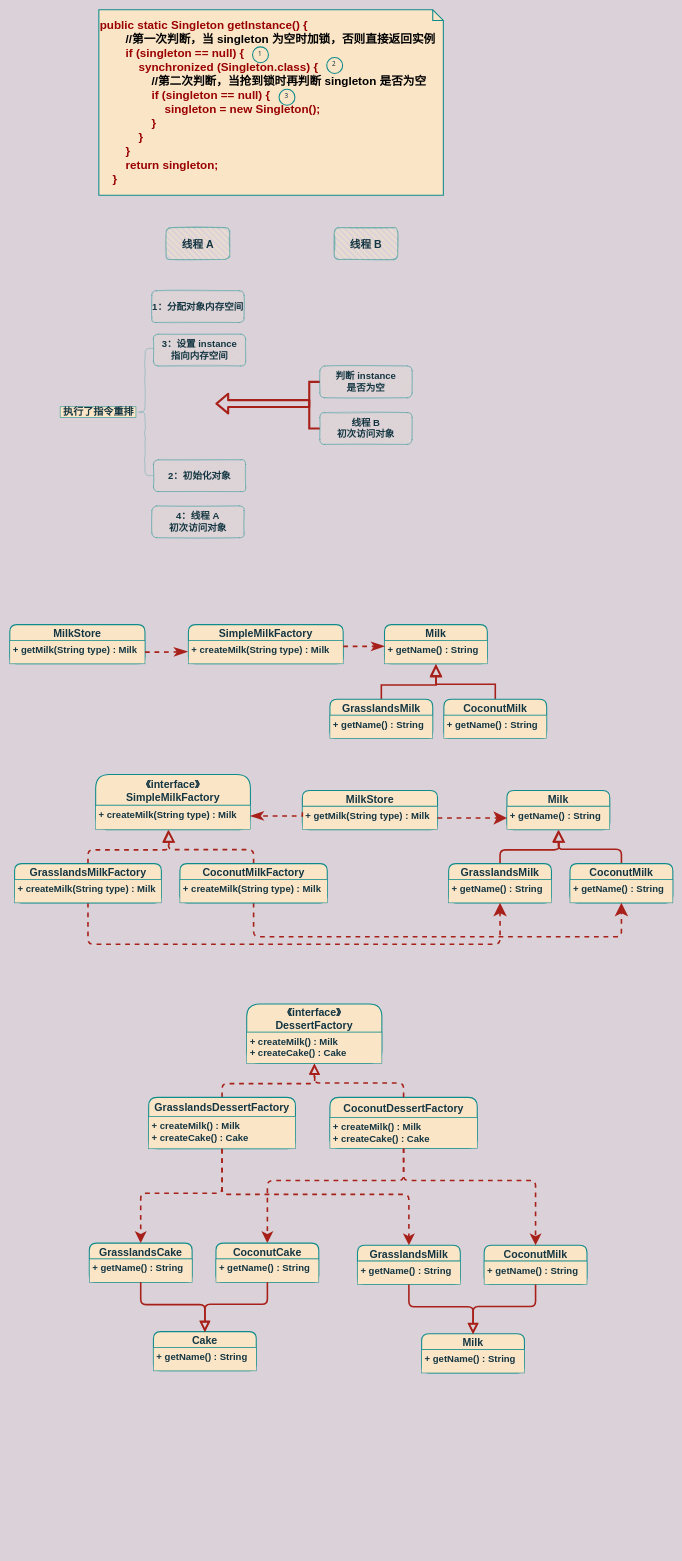
The draw.io diagram 软件设计模式.drawio in C-wx/MindManager, before the edit. Source tidied: cells renumbered, new cells numbered last; positions are measured from the earlier drawing's top-left corner, leaving out a move shared by most shapes. Both pictures are drawn from the tidied source at 53%, with x=0, y=0 at pixel (10, 10).
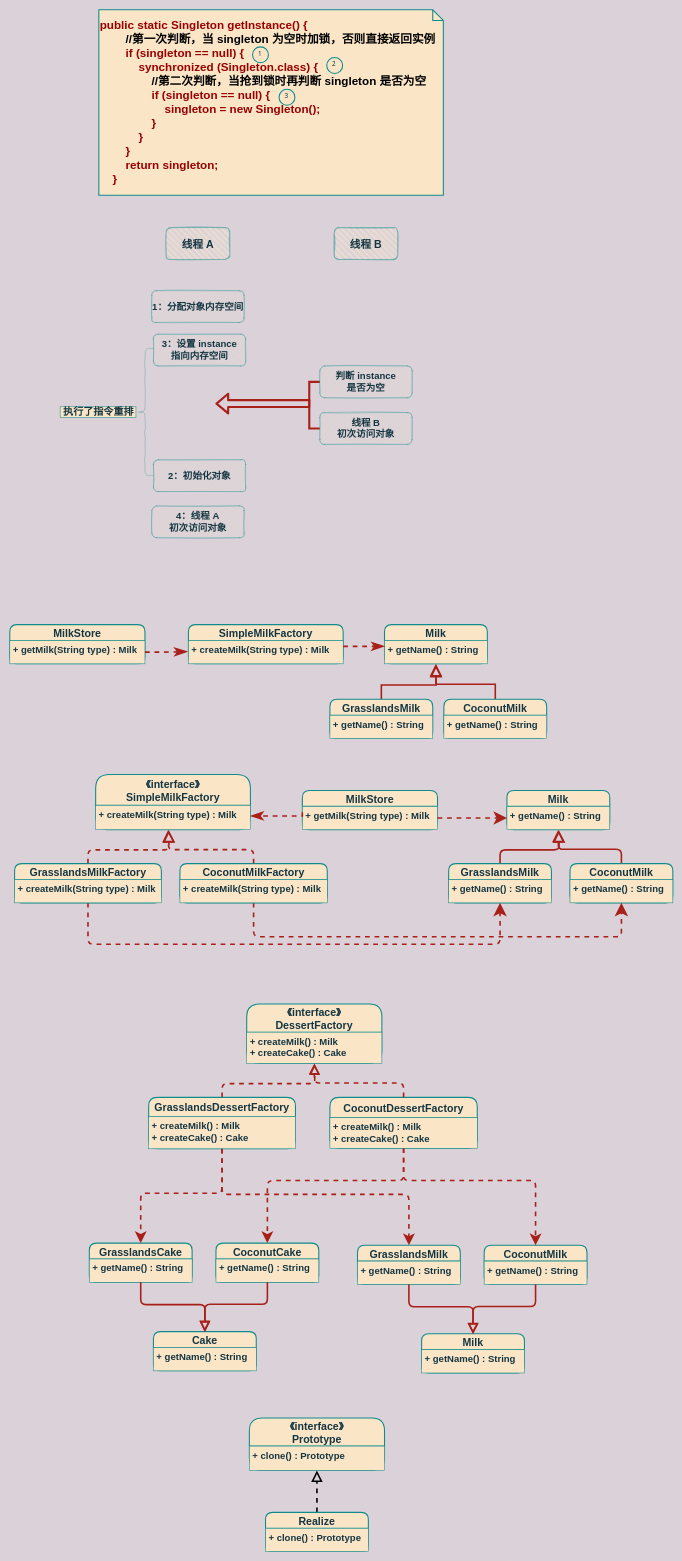
Above is the later version.

Commit message:
Update 软件设计模式.drawio

Change to the diagram source:
```diff
@@
+    <mxCell id="83" value="《interface》&#10;Prototype" style="swimlane;horizontal=1;startSize=53;rounded=1;fontSize=20;fontStyle=1;strokeWidth=2;shadow=0;dashed=0;align=center;fillColor=#FAE5C7;strokeColor=#0F8B8D;fontColor=#143642;" parent="1" vertex="1">
+      <mxGeometry x="452" y="2657" width="255" height="99" as="geometry" />
+    </mxCell>
+    <mxCell id="84" value="+ clone() : Prototype" style="align=left;strokeColor=#0F8B8D;fillColor=#FAE5C7;spacingLeft=4;fontSize=18;verticalAlign=top;fontStyle=1;fontColor=#143642;" parent="83" vertex="1">
+      <mxGeometry y="53" width="255" height="46" as="geometry" />
+    </mxCell>
+    <mxCell id="85" style="edgeStyle=orthogonalEdgeStyle;rounded=0;jettySize=auto;html=1;exitX=0.5;exitY=0;exitDx=0;exitDy=0;entryX=0.5;entryY=1;entryDx=0;entryDy=0;strokeWidth=3;endArrow=block;endFill=0;dashed=1;endSize=14;" parent="1" edge="1" source="86" target="84">
+      <mxGeometry relative="1" as="geometry" />
+    </mxCell>
+    <mxCell id="86" value="Realize" style="swimlane;horizontal=1;startSize=30;rounded=1;fontSize=20;fontStyle=1;strokeWidth=2;shadow=0;dashed=0;align=center;fillColor=#FAE5C7;strokeColor=#0F8B8D;fontColor=#143642;" parent="1" vertex="1">
+      <mxGeometry x="482.5" y="2835" width="194" height="74" as="geometry" />
+    </mxCell>
+    <mxCell id="87" value="+ clone() : Prototype" style="align=left;strokeColor=#0F8B8D;fillColor=#FAE5C7;spacingLeft=4;fontSize=18;verticalAlign=top;fontStyle=1;fontColor=#143642;" parent="86" vertex="1">
+      <mxGeometry y="30" width="194" height="44" as="geometry" />
+    </mxCell>
+    <mxCell id="88" style="align=left;strokeColor=#0F8B8D;fillColor=#FAE5C7;spacingLeft=4;fontSize=18;verticalAlign=top;fontStyle=1;fontColor=#143642;" parent="86" vertex="1">
+      <mxGeometry y="74" width="194" as="geometry" />
+    </mxCell>
```
